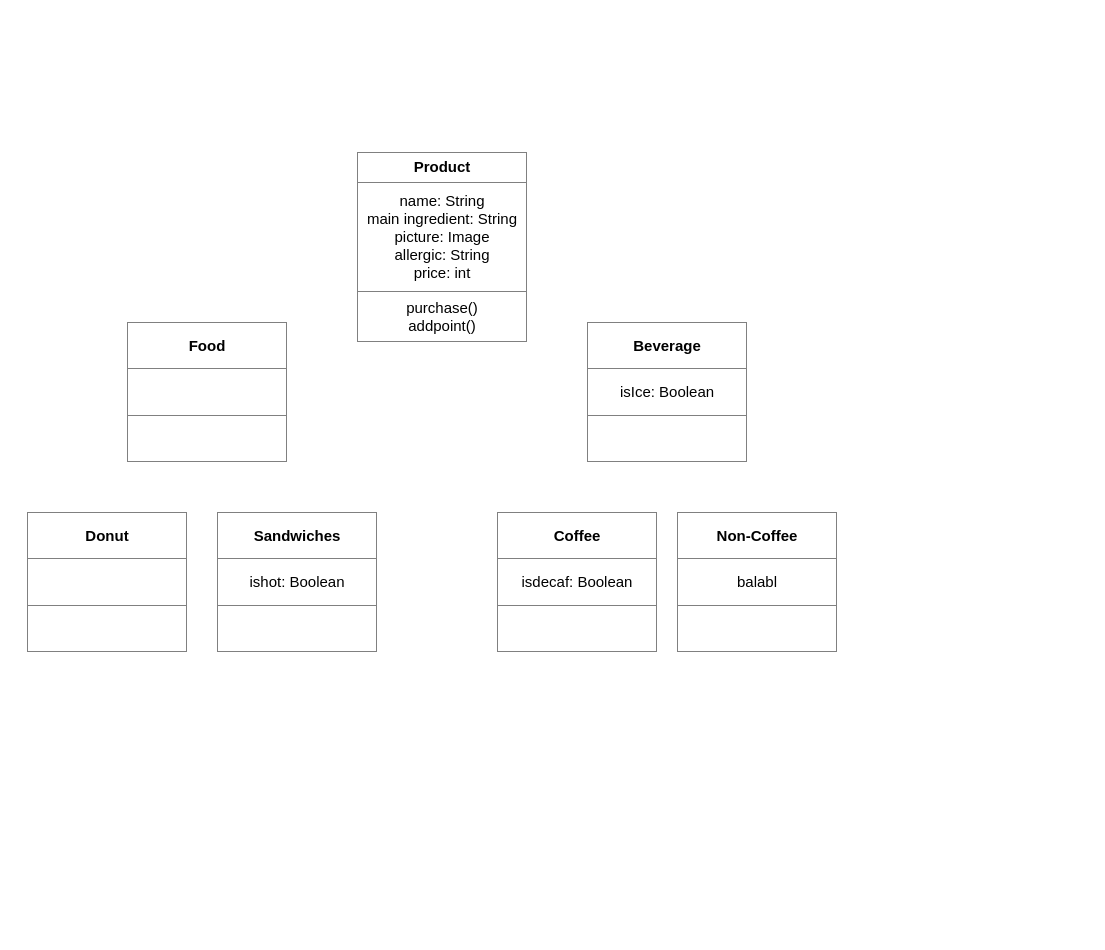
Heyrin553/TIL keeps this draw.io diagram as page "Page-2" (2 of 2) of Multicampus2021/Java/Untitled Diagram.drawio. Above is the earlier version. Source tidied: cells renumbered, new cells numbered last; positions are measured from the earlier drawing's top-left corner, leaving out a move shared by most shapes. Both pictures are drawn from the tidied source at 100%, with x=0, y=0 at pixel (27, 152).
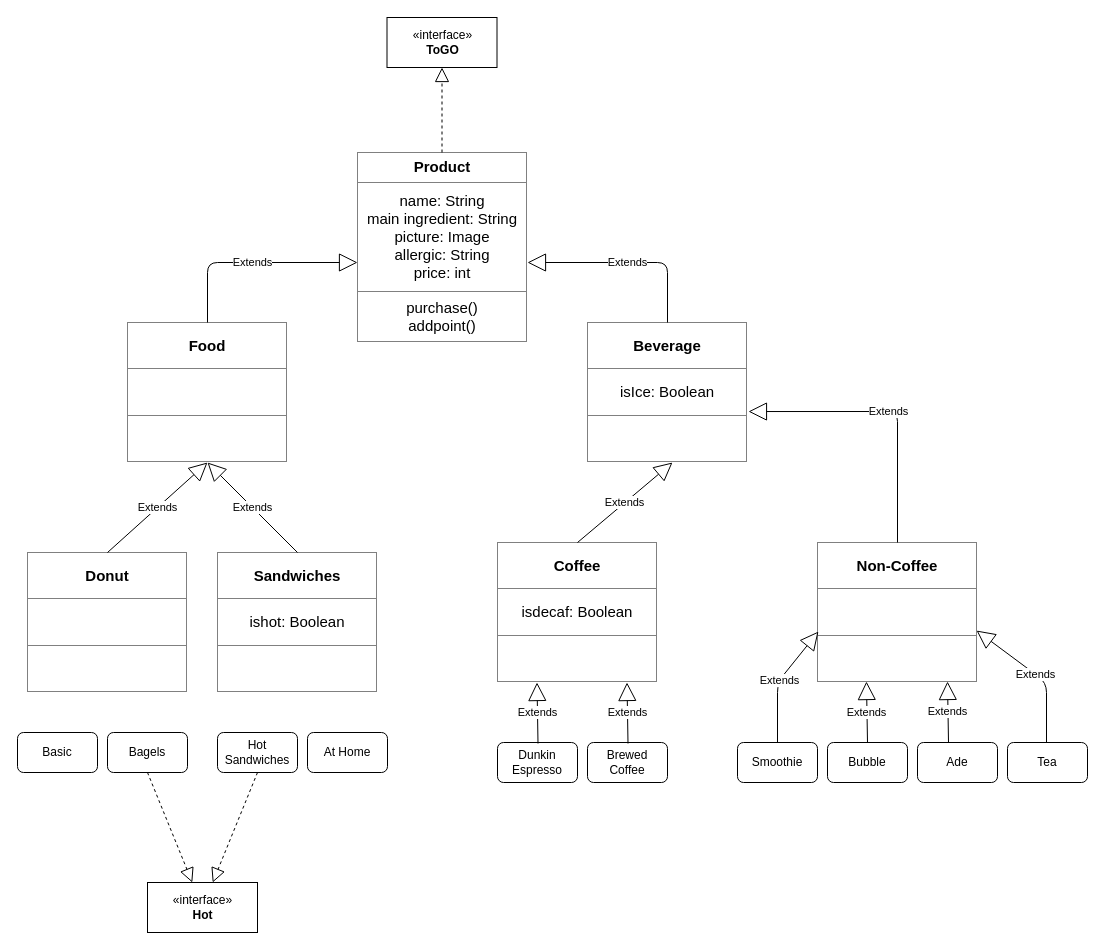
The same page after the edit.

The change refers to these unchanged cells:
```xml
<mxCell id="2" value="&lt;table border=&quot;1&quot; width=&quot;100%&quot; cellpadding=&quot;4&quot; style=&quot;width: 100% ; height: 100% ; border-collapse: collapse ; font-size: 15px&quot;&gt;&lt;tbody&gt;&lt;tr&gt;&lt;th align=&quot;center&quot;&gt;&lt;font style=&quot;font-size: 15px&quot;&gt;Product&lt;/font&gt;&lt;/th&gt;&lt;/tr&gt;&lt;tr&gt;&lt;td align=&quot;center&quot;&gt;&lt;font style=&quot;font-size: 15px&quot;&gt;name: String&lt;br&gt;main ingredient: String&lt;br&gt;picture: Image&lt;br&gt;allergic: String&lt;br&gt;price: int&lt;/font&gt;&lt;/td&gt;&lt;/tr&gt;&lt;tr&gt;&lt;td align=&quot;center&quot;&gt;&lt;font style=&quot;font-size: 15px&quot;&gt;purchase()&lt;br&gt;addpoint()&lt;/font&gt;&lt;/td&gt;&lt;/tr&gt;&lt;/tbody&gt;&lt;/table&gt;" style="text;html=1;strokeColor=none;fillColor=none;overflow=fill;strokeWidth=4;" parent="1" vertex="1">
  <mxGeometry x="330" width="170" height="190" as="geometry" />
</mxCell>
<mxCell id="3" value="&lt;table border=&quot;1&quot; width=&quot;100%&quot; cellpadding=&quot;4&quot; style=&quot;width: 100% ; height: 100% ; border-collapse: collapse ; font-size: 15px&quot;&gt;&lt;tbody&gt;&lt;tr&gt;&lt;th align=&quot;center&quot;&gt;&lt;font style=&quot;font-size: 15px&quot;&gt;Food&lt;/font&gt;&lt;/th&gt;&lt;/tr&gt;&lt;tr&gt;&lt;td align=&quot;center&quot;&gt;&lt;font style=&quot;font-size: 15px&quot;&gt;&lt;br&gt;&lt;/font&gt;&lt;/td&gt;&lt;/tr&gt;&lt;tr&gt;&lt;td align=&quot;center&quot;&gt;&lt;font style=&quot;font-size: 15px&quot;&gt;&lt;br&gt;&lt;/font&gt;&lt;/td&gt;&lt;/tr&gt;&lt;/tbody&gt;&lt;/table&gt;" style="text;html=1;strokeColor=none;fillColor=none;overflow=fill;" parent="1" vertex="1">
  <mxGeometry x="100" y="170" width="160" height="140" as="geometry" />
</mxCell>
```

Diff of the diagram source:
```diff
@@
-    <mxCell id="4" value="&lt;table border=&quot;1&quot; width=&quot;100%&quot; cellpadding=&quot;4&quot; style=&quot;width: 100% ; height: 100% ; border-collapse: collapse ; font-size: 15px&quot;&gt;&lt;tbody&gt;&lt;tr&gt;&lt;th align=&quot;center&quot;&gt;&lt;font style=&quot;font-size: 15px&quot;&gt;Beverage&lt;/font&gt;&lt;/th&gt;&lt;/tr&gt;&lt;tr&gt;&lt;td align=&quot;center&quot;&gt;&lt;font style=&quot;font-size: 15px&quot;&gt;isIce: Boolean&lt;/font&gt;&lt;/td&gt;&lt;/tr&gt;&lt;tr&gt;&lt;td align=&quot;center&quot;&gt;&lt;font style=&quot;font-size: 15px&quot;&gt;&lt;br&gt;&lt;/font&gt;&lt;/td&gt;&lt;/tr&gt;&lt;/tbody&gt;&lt;/table&gt;" style="text;html=1;strokeColor=none;fillColor=none;overflow=fill;" parent="1" vertex="1">
+    <mxCell id="4" value="&lt;table border=&quot;1&quot; width=&quot;100%&quot; cellpadding=&quot;4&quot; style=&quot;width: 100% ; height: 100% ; border-collapse: collapse ; font-size: 15px&quot;&gt;&lt;tbody&gt;&lt;tr&gt;&lt;th align=&quot;center&quot;&gt;&lt;font style=&quot;font-size: 15px&quot;&gt;Beverage&lt;/font&gt;&lt;/th&gt;&lt;/tr&gt;&lt;tr&gt;&lt;td align=&quot;center&quot;&gt;isIce: Boolean&lt;/td&gt;&lt;/tr&gt;&lt;tr&gt;&lt;td align=&quot;center&quot;&gt;&lt;font style=&quot;font-size: 15px&quot;&gt;&lt;br&gt;&lt;/font&gt;&lt;/td&gt;&lt;/tr&gt;&lt;/tbody&gt;&lt;/table&gt;" style="text;html=1;strokeColor=none;fillColor=none;overflow=fill;" parent="1" vertex="1">
       <mxGeometry x="560" y="170" width="160" height="140" as="geometry" />
     </mxCell>
     <mxCell id="5" value="&lt;table border=&quot;1&quot; width=&quot;100%&quot; cellpadding=&quot;4&quot; style=&quot;width: 100% ; height: 100% ; border-collapse: collapse ; font-size: 15px&quot;&gt;&lt;tbody&gt;&lt;tr&gt;&lt;th align=&quot;center&quot;&gt;&lt;font style=&quot;font-size: 15px&quot;&gt;Sandwiches&lt;/font&gt;&lt;/th&gt;&lt;/tr&gt;&lt;tr&gt;&lt;td align=&quot;center&quot;&gt;&lt;font style=&quot;font-size: 15px&quot;&gt;ishot: Boolean&lt;/font&gt;&lt;/td&gt;&lt;/tr&gt;&lt;tr&gt;&lt;td align=&quot;center&quot;&gt;&lt;font style=&quot;font-size: 15px&quot;&gt;&lt;br&gt;&lt;/font&gt;&lt;/td&gt;&lt;/tr&gt;&lt;/tbody&gt;&lt;/table&gt;" style="text;html=1;strokeColor=none;fillColor=none;overflow=fill;" parent="1" vertex="1">
-      <mxGeometry x="190" y="360" width="160" height="140" as="geometry" />
+      <mxGeometry x="190" y="400" width="160" height="140" as="geometry" />
     </mxCell>
     <mxCell id="6" value="&lt;table border=&quot;1&quot; width=&quot;100%&quot; cellpadding=&quot;4&quot; style=&quot;width: 100% ; height: 100% ; border-collapse: collapse ; font-size: 15px&quot;&gt;&lt;tbody&gt;&lt;tr&gt;&lt;th align=&quot;center&quot;&gt;&lt;font style=&quot;font-size: 15px&quot;&gt;Donut&lt;/font&gt;&lt;/th&gt;&lt;/tr&gt;&lt;tr&gt;&lt;td align=&quot;center&quot;&gt;&lt;font style=&quot;font-size: 15px&quot;&gt;&lt;br&gt;&lt;/font&gt;&lt;/td&gt;&lt;/tr&gt;&lt;tr&gt;&lt;td align=&quot;center&quot;&gt;&lt;font style=&quot;font-size: 15px&quot;&gt;&lt;br&gt;&lt;/font&gt;&lt;/td&gt;&lt;/tr&gt;&lt;/tbody&gt;&lt;/table&gt;" style="text;html=1;strokeColor=none;fillColor=none;overflow=fill;" parent="1" vertex="1">
-      <mxGeometry y="360" width="160" height="140" as="geometry" />
+      <mxGeometry y="400" width="160" height="140" as="geometry" />
     </mxCell>
     <mxCell id="7" value="&lt;table border=&quot;1&quot; width=&quot;100%&quot; cellpadding=&quot;4&quot; style=&quot;width: 100% ; height: 100% ; border-collapse: collapse ; font-size: 15px&quot;&gt;&lt;tbody&gt;&lt;tr&gt;&lt;th align=&quot;center&quot;&gt;&lt;font style=&quot;font-size: 15px&quot;&gt;Coffee&lt;/font&gt;&lt;/th&gt;&lt;/tr&gt;&lt;tr&gt;&lt;td align=&quot;center&quot;&gt;&lt;font style=&quot;font-size: 15px&quot;&gt;isdecaf: Boolean&lt;/font&gt;&lt;/td&gt;&lt;/tr&gt;&lt;tr&gt;&lt;td align=&quot;center&quot;&gt;&lt;font style=&quot;font-size: 15px&quot;&gt;&lt;br&gt;&lt;/font&gt;&lt;/td&gt;&lt;/tr&gt;&lt;/tbody&gt;&lt;/table&gt;" style="text;html=1;strokeColor=none;fillColor=none;overflow=fill;" parent="1" vertex="1">
-      <mxGeometry x="470" y="360" width="160" height="140" as="geometry" />
+      <mxGeometry x="470" y="390" width="160" height="140" as="geometry" />
     </mxCell>
-    <mxCell id="8" value="&lt;table border=&quot;1&quot; width=&quot;100%&quot; cellpadding=&quot;4&quot; style=&quot;width: 100% ; height: 100% ; border-collapse: collapse ; font-size: 15px&quot;&gt;&lt;tbody&gt;&lt;tr&gt;&lt;th align=&quot;center&quot;&gt;&lt;font style=&quot;font-size: 15px&quot;&gt;Non-Coffee&lt;/font&gt;&lt;/th&gt;&lt;/tr&gt;&lt;tr&gt;&lt;td align=&quot;center&quot;&gt;&lt;font style=&quot;font-size: 15px&quot;&gt;balabl&lt;/font&gt;&lt;/td&gt;&lt;/tr&gt;&lt;tr&gt;&lt;td align=&quot;center&quot;&gt;&lt;font style=&quot;font-size: 15px&quot;&gt;&lt;br&gt;&lt;/font&gt;&lt;/td&gt;&lt;/tr&gt;&lt;/tbody&gt;&lt;/table&gt;" style="text;html=1;strokeColor=none;fillColor=none;overflow=fill;" parent="1" vertex="1">
-      <mxGeometry x="650" y="360" width="160" height="140" as="geometry" />
+    <mxCell id="8" value="&lt;table border=&quot;1&quot; width=&quot;100%&quot; cellpadding=&quot;4&quot; style=&quot;width: 100% ; height: 100% ; border-collapse: collapse ; font-size: 15px&quot;&gt;&lt;tbody&gt;&lt;tr&gt;&lt;th align=&quot;center&quot;&gt;&lt;font style=&quot;font-size: 15px&quot;&gt;Non-Coffee&lt;/font&gt;&lt;/th&gt;&lt;/tr&gt;&lt;tr&gt;&lt;td align=&quot;center&quot;&gt;&lt;br&gt;&lt;/td&gt;&lt;/tr&gt;&lt;tr&gt;&lt;td align=&quot;center&quot;&gt;&lt;font style=&quot;font-size: 15px&quot;&gt;&lt;br&gt;&lt;/font&gt;&lt;/td&gt;&lt;/tr&gt;&lt;/tbody&gt;&lt;/table&gt;" style="text;html=1;strokeColor=none;fillColor=none;overflow=fill;" parent="1" vertex="1">
+      <mxGeometry x="790" y="390" width="160" height="140" as="geometry" />
     </mxCell>
+    <mxCell id="9" value="Extends" style="endArrow=block;endSize=16;endFill=0;html=1;exitX=0.5;exitY=0;exitDx=0;exitDy=0;" parent="1" edge="1" source="3">
+      <mxGeometry relative="1" as="geometry">
+        <mxPoint x="330" y="110" as="targetPoint" />
+        <Array as="points">
+          <mxPoint x="180" y="110" />
+        </Array>
+      </mxGeometry>
+    </mxCell>
+    <mxCell id="10" value="Extends" style="endArrow=block;endSize=16;endFill=0;html=1;exitX=0.5;exitY=0;exitDx=0;exitDy=0;entryX=1;entryY=0.579;entryDx=0;entryDy=0;entryPerimeter=0;" parent="1" edge="1" target="2">
+      <mxGeometry relative="1" as="geometry">
+        <mxPoint x="640" y="170" as="sourcePoint" />
+        <Array as="points">
+          <mxPoint x="640" y="110" />
+        </Array>
+      </mxGeometry>
+    </mxCell>
+    <mxCell id="11" value="Extends" style="endArrow=block;endSize=16;endFill=0;html=1;exitX=0.5;exitY=0;exitDx=0;exitDy=0;entryX=0.5;entryY=1;entryDx=0;entryDy=0;" parent="1" edge="1" source="6" target="3">
+      <mxGeometry relative="1" as="geometry" />
+    </mxCell>
+    <mxCell id="12" value="Extends" style="endArrow=block;endSize=16;endFill=0;html=1;exitX=0.5;exitY=0;exitDx=0;exitDy=0;entryX=0.5;entryY=1;entryDx=0;entryDy=0;" parent="1" edge="1" source="5" target="3">
+      <mxGeometry relative="1" as="geometry" />
+    </mxCell>
+    <mxCell id="13" value="Extends" style="endArrow=block;endSize=16;endFill=0;html=1;exitX=0.5;exitY=0;exitDx=0;exitDy=0;entryX=0.5;entryY=1;entryDx=0;entryDy=0;" parent="1" edge="1" source="7">
+      <mxGeometry relative="1" as="geometry">
+        <mxPoint x="645" y="310" as="targetPoint" />
+      </mxGeometry>
+    </mxCell>
+    <mxCell id="14" value="Smoothie" style="rounded=1;whiteSpace=wrap;html=1;" parent="1" vertex="1">
+      <mxGeometry x="710" y="590" width="80" height="40" as="geometry" />
+    </mxCell>
+    <mxCell id="15" value="Ade" style="rounded=1;whiteSpace=wrap;html=1;" parent="1" vertex="1">
+      <mxGeometry x="890" y="590" width="80" height="40" as="geometry" />
+    </mxCell>
+    <mxCell id="16" value="Bubble" style="rounded=1;whiteSpace=wrap;html=1;" parent="1" vertex="1">
+      <mxGeometry x="800" y="590" width="80" height="40" as="geometry" />
+    </mxCell>
+    <mxCell id="17" value="Tea" style="rounded=1;whiteSpace=wrap;html=1;" parent="1" vertex="1">
+      <mxGeometry x="980" y="590" width="80" height="40" as="geometry" />
+    </mxCell>
+    <mxCell id="18" value="Brewed Coffee" style="rounded=1;whiteSpace=wrap;html=1;" parent="1" vertex="1">
+      <mxGeometry x="560" y="590" width="80" height="40" as="geometry" />
+    </mxCell>
+    <mxCell id="19" value="Dunkin Espresso" style="rounded=1;whiteSpace=wrap;html=1;" parent="1" vertex="1">
+      <mxGeometry x="470" y="590" width="80" height="40" as="geometry" />
+    </mxCell>
+    <mxCell id="20" value="Hot Sandwiches" style="rounded=1;whiteSpace=wrap;html=1;" parent="1" vertex="1">
+      <mxGeometry x="190" y="580" width="80" height="40" as="geometry" />
+    </mxCell>
+    <mxCell id="21" value="At Home" style="rounded=1;whiteSpace=wrap;html=1;" parent="1" vertex="1">
+      <mxGeometry x="280" y="580" width="80" height="40" as="geometry" />
+    </mxCell>
+    <mxCell id="22" value="Basic" style="rounded=1;whiteSpace=wrap;html=1;" parent="1" vertex="1">
+      <mxGeometry x="-10" y="580" width="80" height="40" as="geometry" />
+    </mxCell>
+    <mxCell id="23" value="Bagels" style="rounded=1;whiteSpace=wrap;html=1;" parent="1" vertex="1">
+      <mxGeometry x="80" y="580" width="80" height="40" as="geometry" />
+    </mxCell>
+    <mxCell id="24" value="Extends" style="endArrow=block;endSize=16;endFill=0;html=1;exitX=0.5;exitY=0;exitDx=0;exitDy=0;entryX=1.006;entryY=0.636;entryDx=0;entryDy=0;entryPerimeter=0;" parent="1" edge="1" target="4">
+      <mxGeometry relative="1" as="geometry">
+        <mxPoint x="870" y="390" as="sourcePoint" />
+        <Array as="points">
+          <mxPoint x="870" y="259" />
+        </Array>
+      </mxGeometry>
+    </mxCell>
+    <mxCell id="25" value="Extends" style="endArrow=block;endSize=16;endFill=0;html=1;exitX=0.5;exitY=0;exitDx=0;exitDy=0;entryX=0.006;entryY=0.636;entryDx=0;entryDy=0;entryPerimeter=0;" parent="1" edge="1" target="8">
+      <mxGeometry relative="1" as="geometry">
+        <mxPoint x="750" y="590" as="sourcePoint" />
+        <Array as="points">
+          <mxPoint x="750" y="530" />
+        </Array>
+      </mxGeometry>
+    </mxCell>
+    <mxCell id="26" value="Extends" style="endArrow=block;endSize=16;endFill=0;html=1;exitX=0.5;exitY=0;exitDx=0;exitDy=0;entryX=0.306;entryY=0.993;entryDx=0;entryDy=0;entryPerimeter=0;" parent="1" edge="1" target="8">
+      <mxGeometry relative="1" as="geometry">
+        <mxPoint x="840" y="590" as="sourcePoint" />
+      </mxGeometry>
+    </mxCell>
+    <mxCell id="27" value="Extends" style="endArrow=block;endSize=16;endFill=0;html=1;exitX=0.5;exitY=0;exitDx=0;exitDy=0;entryX=0.306;entryY=0.993;entryDx=0;entryDy=0;entryPerimeter=0;" parent="1" edge="1">
+      <mxGeometry relative="1" as="geometry">
+        <mxPoint x="921" y="590" as="sourcePoint" />
+        <mxPoint x="920" y="529" as="targetPoint" />
+      </mxGeometry>
+    </mxCell>
+    <mxCell id="28" value="Extends" style="endArrow=block;endSize=16;endFill=0;html=1;exitX=0.5;exitY=0;exitDx=0;exitDy=0;entryX=0.994;entryY=0.629;entryDx=0;entryDy=0;entryPerimeter=0;" parent="1" edge="1" target="8">
+      <mxGeometry relative="1" as="geometry">
+        <mxPoint x="1019" y="590" as="sourcePoint" />
+        <Array as="points">
+          <mxPoint x="1019" y="530" />
+        </Array>
+      </mxGeometry>
+    </mxCell>
+    <mxCell id="29" value="Extends" style="endArrow=block;endSize=16;endFill=0;html=1;exitX=0.5;exitY=0;exitDx=0;exitDy=0;entryX=0.306;entryY=0.993;entryDx=0;entryDy=0;entryPerimeter=0;" parent="1" edge="1">
+      <mxGeometry relative="1" as="geometry">
+        <mxPoint x="510.5" y="591" as="sourcePoint" />
+        <mxPoint x="509.5" y="530" as="targetPoint" />
+      </mxGeometry>
+    </mxCell>
+    <mxCell id="30" value="Extends" style="endArrow=block;endSize=16;endFill=0;html=1;exitX=0.5;exitY=0;exitDx=0;exitDy=0;entryX=0.306;entryY=0.993;entryDx=0;entryDy=0;entryPerimeter=0;" parent="1" edge="1">
+      <mxGeometry relative="1" as="geometry">
+        <mxPoint x="600.5" y="591" as="sourcePoint" />
+        <mxPoint x="599.5" y="530" as="targetPoint" />
+      </mxGeometry>
+    </mxCell>
+    <mxCell id="31" style="endArrow=block;dashed=1;endFill=0;endSize=12;html=1;" parent="1" edge="1" target="32">
+      <mxGeometry relative="1" as="geometry">
+        <mxPoint x="414.5" as="sourcePoint" />
+      </mxGeometry>
+    </mxCell>
+    <mxCell id="32" value="«interface»&lt;br&gt;&lt;b&gt;ToGO&lt;/b&gt;" style="html=1;" parent="1" vertex="1">
+      <mxGeometry x="359.5" y="-135" width="110" height="50" as="geometry" />
+    </mxCell>
+    <mxCell id="33" value="«interface»&lt;br&gt;&lt;b&gt;Hot&lt;/b&gt;" style="html=1;" parent="1" vertex="1">
+      <mxGeometry x="120" y="730" width="110" height="50" as="geometry" />
+    </mxCell>
+    <mxCell id="34" style="endArrow=block;dashed=1;endFill=0;endSize=12;html=1;exitX=0.5;exitY=1;exitDx=0;exitDy=0;" parent="1" edge="1" source="23" target="33">
+      <mxGeometry relative="1" as="geometry" />
+    </mxCell>
+    <mxCell id="35" style="endArrow=block;dashed=1;endFill=0;endSize=12;html=1;exitX=0.5;exitY=1;exitDx=0;exitDy=0;" parent="1" edge="1" source="20" target="33">
+      <mxGeometry relative="1" as="geometry" />
+    </mxCell>
```
